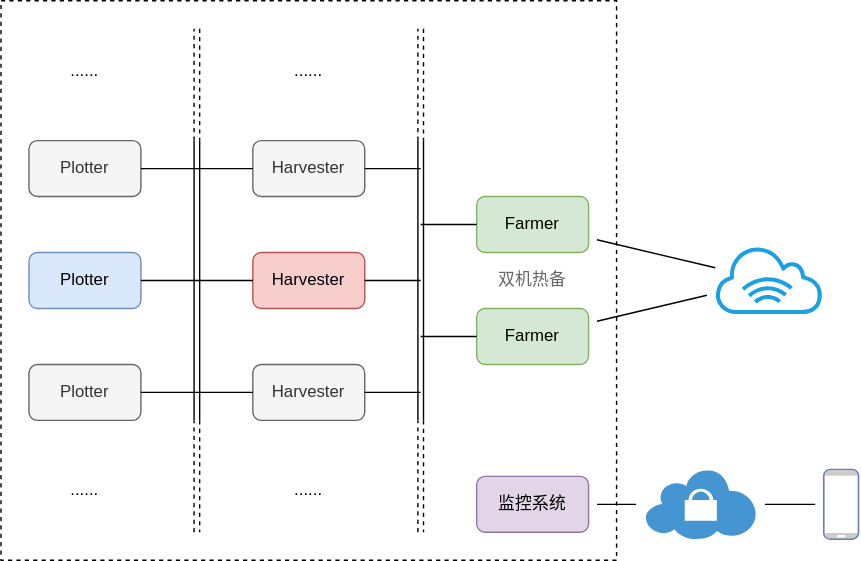
The draw.io diagram architecture.drawio.svg in SutuLabs/Dashboard, before a commit. Source tidied: cells renumbered, new cells last; positions are measured from the earlier drawing's top-left corner, leaving out a move shared by most shapes.
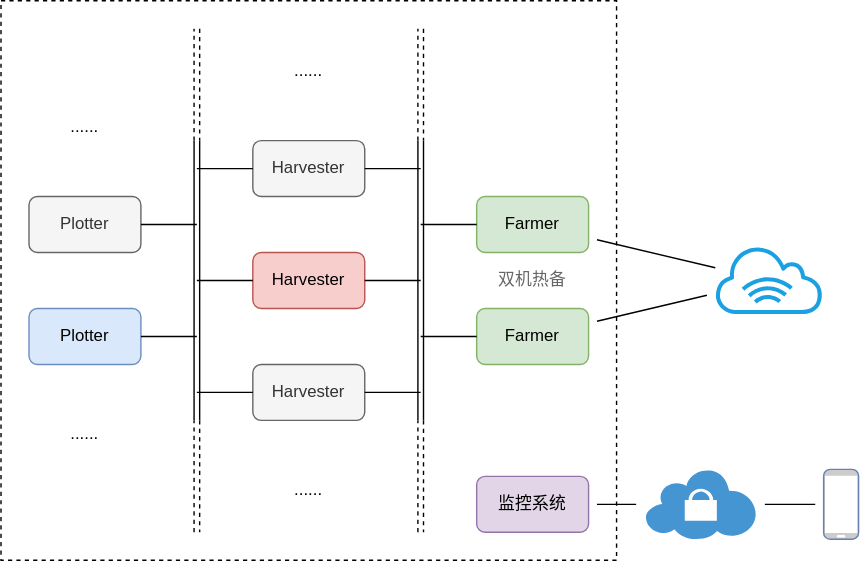
After the commit.

Commit message:
clearer plotter existence

The edit, as a diff of the source:
```diff
@@ -2,6 +2,9 @@
   <root>
     <mxCell id="0" />
     <mxCell id="1" parent="0" />
+    <mxCell id="37" style="rounded=0;whiteSpace=wrap;html=1;fontColor=#666666;fillColor=none;dashed=1;" parent="1" vertex="1">
+      <mxGeometry width="440" height="400" as="geometry" />
+    </mxCell>
     <mxCell id="2" value="Farmer" style="rounded=1;whiteSpace=wrap;html=1;fillColor=#d5e8d4;strokeColor=#82b366;" parent="1" vertex="1">
       <mxGeometry x="340" y="140" width="80" height="40" as="geometry" />
     </mxCell>
@@ -18,22 +21,21 @@
       <mxGeometry x="180" y="260" width="80" height="40" as="geometry" />
     </mxCell>
     <mxCell id="7" value="Plotter" style="rounded=1;whiteSpace=wrap;html=1;fillColor=#f5f5f5;strokeColor=#666666;fontColor=#333333;" parent="1" vertex="1">
-      <mxGeometry x="20" y="100" width="80" height="40" as="geometry" />
+      <mxGeometry x="20" y="140" width="80" height="40" as="geometry" />
     </mxCell>
     <mxCell id="8" value="Plotter" style="rounded=1;whiteSpace=wrap;html=1;fillColor=#dae8fc;strokeColor=#6c8ebf;" parent="1" vertex="1">
-      <mxGeometry x="20" y="180" width="80" height="40" as="geometry" />
+      <mxGeometry x="20" y="220" width="80" height="40" as="geometry" />
     </mxCell>
-    <mxCell id="9" value="Plotter" style="rounded=1;whiteSpace=wrap;html=1;fillColor=#f5f5f5;strokeColor=#666666;fontColor=#333333;" parent="1" vertex="1">
-      <mxGeometry x="20" y="260" width="80" height="40" as="geometry" />
-    </mxCell>
     <mxCell id="10" style="shape=link;html=1;" parent="1" edge="1">
       <mxGeometry relative="1" as="geometry">
         <mxPoint x="300" y="300" as="sourcePoint" />
         <mxPoint x="300" y="100" as="targetPoint" />
       </mxGeometry>
     </mxCell>
-    <mxCell id="11" style="endArrow=none;html=1;" parent="1" edge="1" source="7" target="3">
-      <mxGeometry relative="1" as="geometry" />
+    <mxCell id="11" style="endArrow=none;html=1;" parent="1" edge="1" target="3">
+      <mxGeometry relative="1" as="geometry">
+        <mxPoint x="140" y="120" as="sourcePoint" />
+      </mxGeometry>
     </mxCell>
     <mxCell id="12" style="shape=link;html=1;" parent="1" edge="1">
       <mxGeometry relative="1" as="geometry">
@@ -42,7 +44,7 @@
       </mxGeometry>
     </mxCell>
     <mxCell id="13" value="......" style="text;html=1;strokeColor=none;fillColor=none;align=center;verticalAlign=middle;whiteSpace=wrap;rounded=0;" parent="1" vertex="1">
-      <mxGeometry x="40" y="40" width="40" height="20" as="geometry" />
+      <mxGeometry x="40" y="80" width="40" height="20" as="geometry" />
     </mxCell>
     <mxCell id="14" value="......" style="text;html=1;strokeColor=none;fillColor=none;align=center;verticalAlign=middle;whiteSpace=wrap;rounded=0;" parent="1" vertex="1">
       <mxGeometry x="200" y="40" width="40" height="20" as="geometry" />
@@ -51,7 +53,7 @@
       <mxGeometry x="200" y="340" width="40" height="20" as="geometry" />
     </mxCell>
     <mxCell id="16" value="......" style="text;html=1;strokeColor=none;fillColor=none;align=center;verticalAlign=middle;whiteSpace=wrap;rounded=0;" parent="1" vertex="1">
-      <mxGeometry x="40" y="340" width="40" height="20" as="geometry" />
+      <mxGeometry x="40" y="300" width="40" height="20" as="geometry" />
     </mxCell>
     <mxCell id="17" style="shape=link;html=1;dashed=1;" parent="1" edge="1">
       <mxGeometry relative="1" as="geometry">
@@ -77,11 +79,15 @@
         <mxPoint x="300" y="20" as="targetPoint" />
       </mxGeometry>
     </mxCell>
-    <mxCell id="21" style="endArrow=none;html=1;" parent="1" edge="1" source="8" target="5">
-      <mxGeometry relative="1" as="geometry" />
+    <mxCell id="21" style="endArrow=none;html=1;" parent="1" edge="1" source="8">
+      <mxGeometry relative="1" as="geometry">
+        <mxPoint x="140" y="240" as="targetPoint" />
+      </mxGeometry>
     </mxCell>
-    <mxCell id="22" style="endArrow=none;html=1;" parent="1" edge="1" source="9" target="6">
-      <mxGeometry relative="1" as="geometry" />
+    <mxCell id="22" style="endArrow=none;html=1;" parent="1" edge="1" target="6">
+      <mxGeometry relative="1" as="geometry">
+        <mxPoint x="140" y="280" as="sourcePoint" />
+      </mxGeometry>
     </mxCell>
     <mxCell id="23" style="endArrow=none;html=1;strokeColor=#000000;" parent="1" edge="1" target="6">
       <mxGeometry relative="1" as="geometry">
@@ -135,8 +141,15 @@
     <mxCell id="36" style="fontColor=#0066CC;verticalAlign=top;verticalLabelPosition=bottom;labelPosition=center;align=center;html=1;outlineConnect=0;fillColor=#CCCCCC;strokeColor=#6881B3;gradientColor=none;gradientDirection=north;strokeWidth=2;shape=mxgraph.networks.mobile;" parent="1" vertex="1">
       <mxGeometry x="588" y="335" width="25" height="50" as="geometry" />
     </mxCell>
-    <mxCell id="37" style="rounded=0;whiteSpace=wrap;html=1;fontColor=#666666;fillColor=none;dashed=1;" parent="1" vertex="1">
-      <mxGeometry width="440" height="400" as="geometry" />
-    </mxCell>
+    <mxCell id="38" style="endArrow=none;html=1;" parent="1" edge="1" target="5">
+      <mxGeometry relative="1" as="geometry">
+        <mxPoint x="140" y="200" as="sourcePoint" />
+      </mxGeometry>
+    </mxCell>
+    <mxCell id="39" style="endArrow=none;html=1;" parent="1" edge="1" target="7">
+      <mxGeometry relative="1" as="geometry">
+        <mxPoint x="140" y="160" as="sourcePoint" />
+      </mxGeometry>
+    </mxCell>
   </root>
 </mxGraphModel>
```
